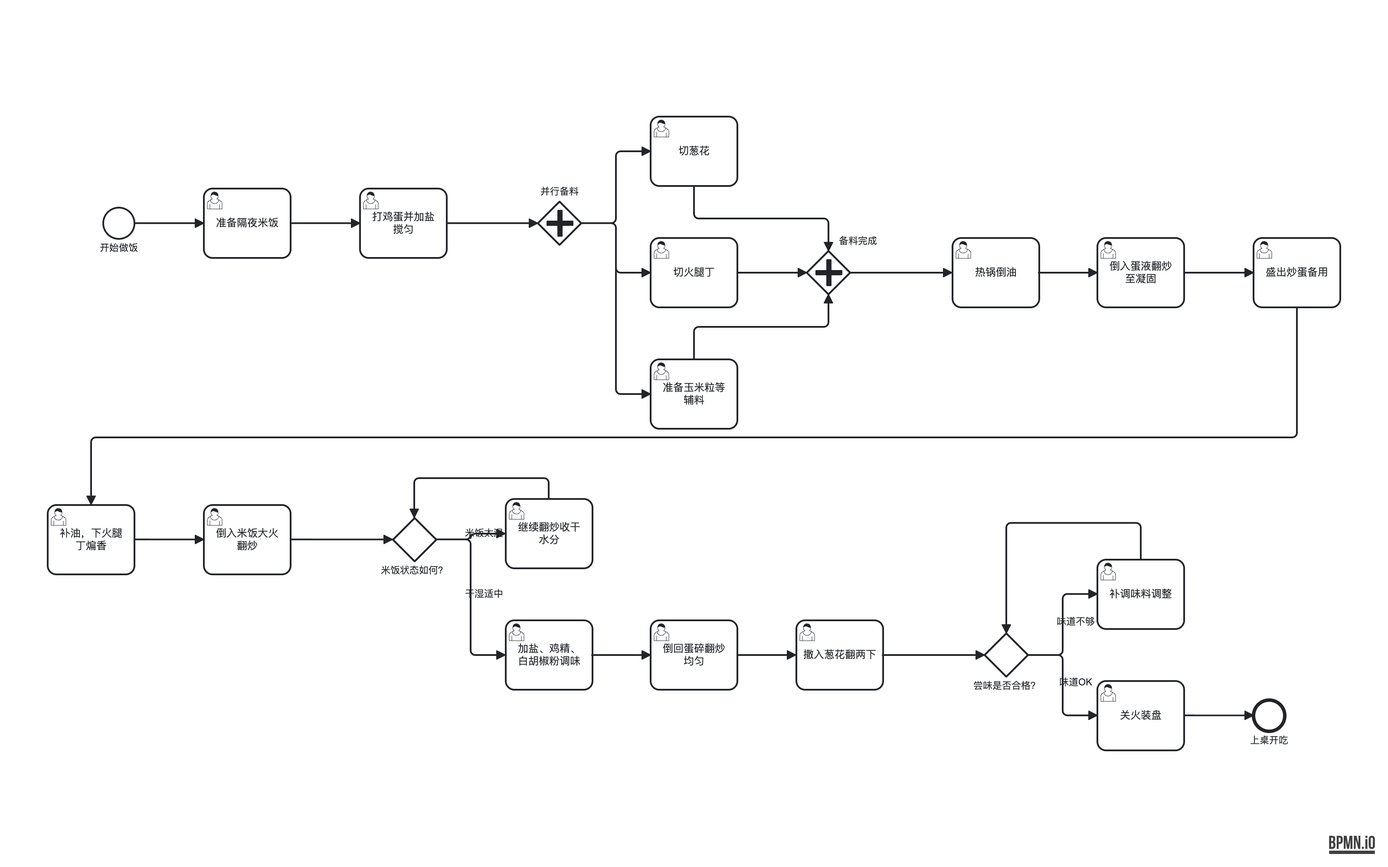
Above: out-bpmn-png/38-egg-fried-rice-loop-height.png in LcpMarvel/tramito-layout (BPMN), before the change. Its source is kept beside it as out-xml/38-egg-fried-rice-loop-height.bpmn. Ids are renumbered.
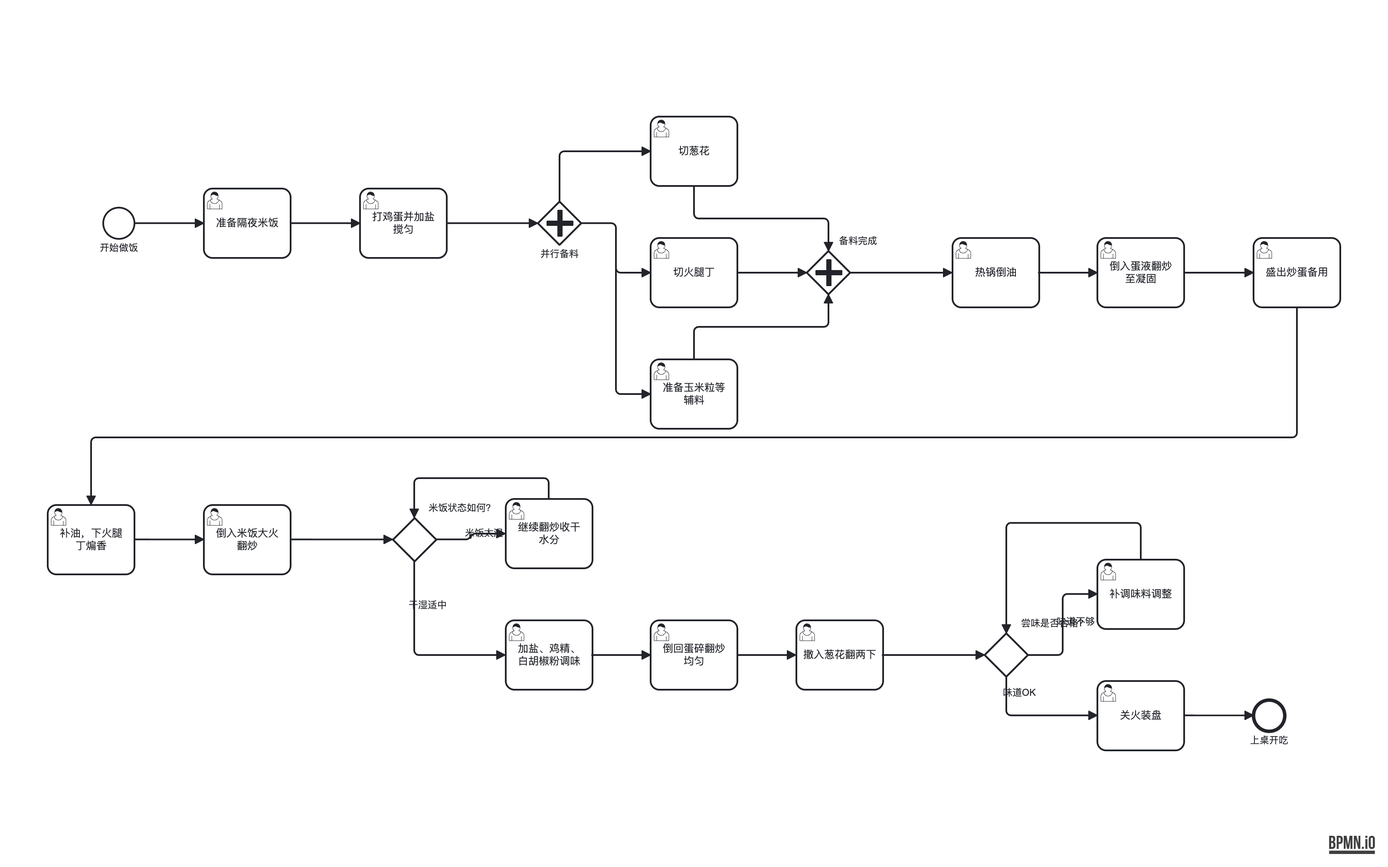
After the change.

The edit, as a diff of the source:
```diff
@@ -144,7 +144,7 @@
       <bpmndi:BPMNShape id="gateway_6_di" bpmnElement="gateway_6">
         <dc:Bounds x="737" y="129.91666666666669" width="50" height="50" />
         <bpmndi:BPMNLabel>
-          <dc:Bounds x="734" y="111.91666666666669" width="56" height="14" />
+          <dc:Bounds x="734" y="183.91666666666669" width="56" height="14" />
         </bpmndi:BPMNLabel>
       </bpmndi:BPMNShape>
       <bpmndi:BPMNShape id="task_7_di" bpmnElement="task_7">
@@ -180,7 +180,7 @@
       <bpmndi:BPMNShape id="gateway_16_di" bpmnElement="gateway_16">
         <dc:Bounds x="569.5" y="494.66666666666663" width="50" height="50" />
         <bpmndi:BPMNLabel>
-          <dc:Bounds x="545.5" y="548.6666666666666" width="98" height="14" />
+          <dc:Bounds x="600.5" y="476.66666666666663" width="98" height="14" />
         </bpmndi:BPMNLabel>
       </bpmndi:BPMNShape>
       <bpmndi:BPMNShape id="task_17_di" bpmnElement="task_17">
@@ -198,7 +198,7 @@
       <bpmndi:BPMNShape id="gateway_21_di" bpmnElement="gateway_21">
         <dc:Bounds x="1252" y="628" width="50" height="50" />
         <bpmndi:BPMNLabel>
-          <dc:Bounds x="1228" y="682" width="98" height="14" />
+          <dc:Bounds x="1283" y="610" width="98" height="14" />
         </bpmndi:BPMNLabel>
       </bpmndi:BPMNShape>
       <bpmndi:BPMNShape id="task_22_di" bpmnElement="task_22">
@@ -226,9 +226,8 @@
         <di:waypoint x="737" y="154.91666666666669" />
       </bpmndi:BPMNEdge>
       <bpmndi:BPMNEdge id="flow_28_di" bpmnElement="flow_28">
-        <di:waypoint x="787" y="154.91666666666669" />
-        <di:waypoint x="827" y="154.91666666666669" />
-        <di:waypoint x="827" y="72" />
+        <di:waypoint x="762" y="129.91666666666669" />
+        <di:waypoint x="762" y="72" />
         <di:waypoint x="867" y="72" />
       </bpmndi:BPMNEdge>
       <bpmndi:BPMNEdge id="flow_29_di" bpmnElement="flow_29">
@@ -298,9 +297,8 @@
         <di:waypoint x="594.5" y="494.66666666666663" />
       </bpmndi:BPMNEdge>
       <bpmndi:BPMNEdge id="flow_42_di" bpmnElement="flow_42">
-        <di:waypoint x="619.5" y="519.6666666666666" />
-        <di:waypoint x="659.5" y="519.6666666666666" />
-        <di:waypoint x="659.5" y="653" />
+        <di:waypoint x="594.5" y="544.6666666666666" />
+        <di:waypoint x="594.5" y="653" />
         <di:waypoint x="699.5" y="653" />
       </bpmndi:BPMNEdge>
       <bpmndi:BPMNEdge id="flow_43_di" bpmnElement="flow_43">
@@ -328,9 +326,8 @@
         <di:waypoint x="1277" y="628" />
       </bpmndi:BPMNEdge>
       <bpmndi:BPMNEdge id="flow_48_di" bpmnElement="flow_48">
-        <di:waypoint x="1302" y="653" />
-        <di:waypoint x="1342" y="653" />
-        <di:waypoint x="1342" y="722.5833333333333" />
+        <di:waypoint x="1277" y="678" />
+        <di:waypoint x="1277" y="722.5833333333333" />
         <di:waypoint x="1382" y="722.5833333333333" />
       </bpmndi:BPMNEdge>
       <bpmndi:BPMNEdge id="flow_49_di" bpmnElement="flow_49">
```
